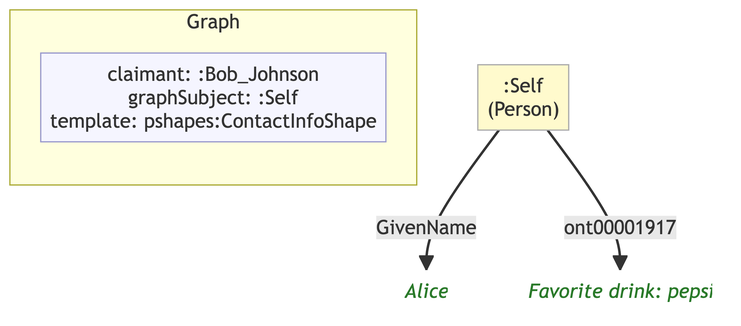
Earlier version of the Mermaid export example/graphs/images/graph-08.png (MeeFoundation/mia-ontologies). Its source is kept beside it as example/graphs/images/graph-08.mmd.
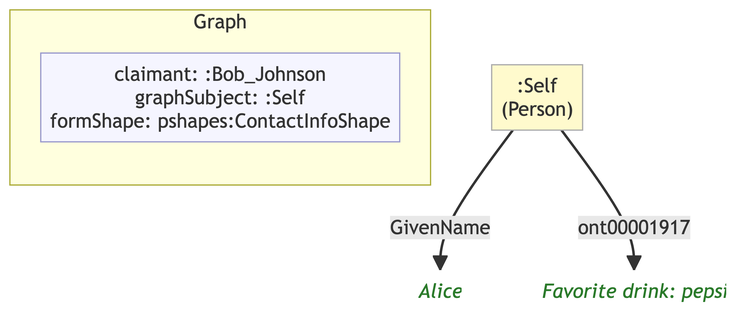
After the commit.

The edit, as a diff of the source:
```diff
@@ -7,12 +7,12 @@
 
     subgraph ctx["Graph"]
         direction LR
-        ctx_meta["claimant: :Bob_Johnson\ngraphSubject: :Self\ntemplate: pshapes:ContactInfoShape"]:::meta
+        ctx_meta["claimant: :Bob_Johnson\ngraphSubject: :Self\nformShape: pshapes:ContactInfoShape"]:::meta
     end
 
-    ne0c3ba92f1db[":Self\n(Person)"]:::person
-    nf1e9fccb8c41("Alice"):::lit
-    n70a654863c71("Favorite drink: pepsi"):::lit
+    n655e442e50be[":Self\n(Person)"]:::person
+    n3edb0d462a42("Alice"):::lit
+    n1df08d6b83c0("Favorite drink: pepsi"):::lit
 
-    ne0c3ba92f1db -->|"GivenName"| nf1e9fccb8c41
-    ne0c3ba92f1db -->|"ont00001917"| n70a654863c71
+    n655e442e50be -->|"GivenName"| n3edb0d462a42
+    n655e442e50be -->|"ont00001917"| n1df08d6b83c0
```
